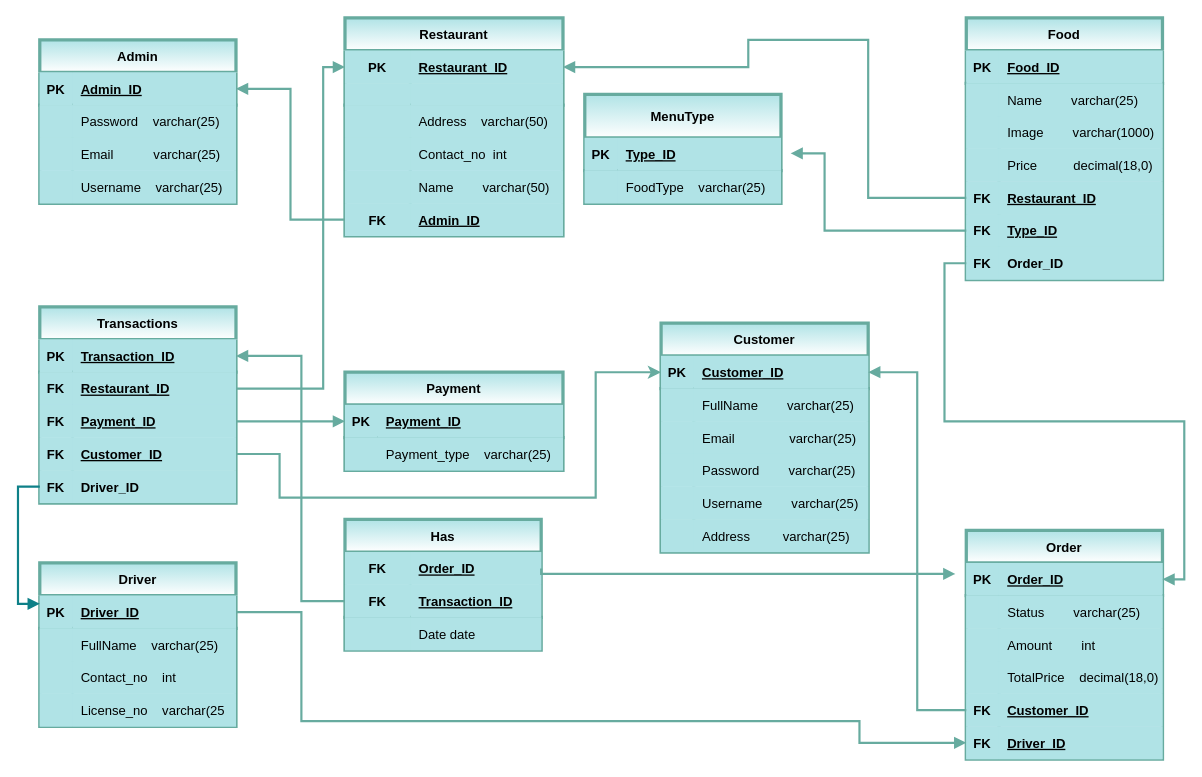
Earlier version of the draw.io diagram FoodDeli/src/ERD and RM/ProjectRM.drawio (HungQuan/PDMProject). Source tidied: cells renumbered, new cells numbered last; positions are measured from the earlier drawing's top-left corner, leaving out a move shared by most shapes. Both pictures are drawn from the tidied source at 109%, with x=0, y=0 at pixel (39, 17).
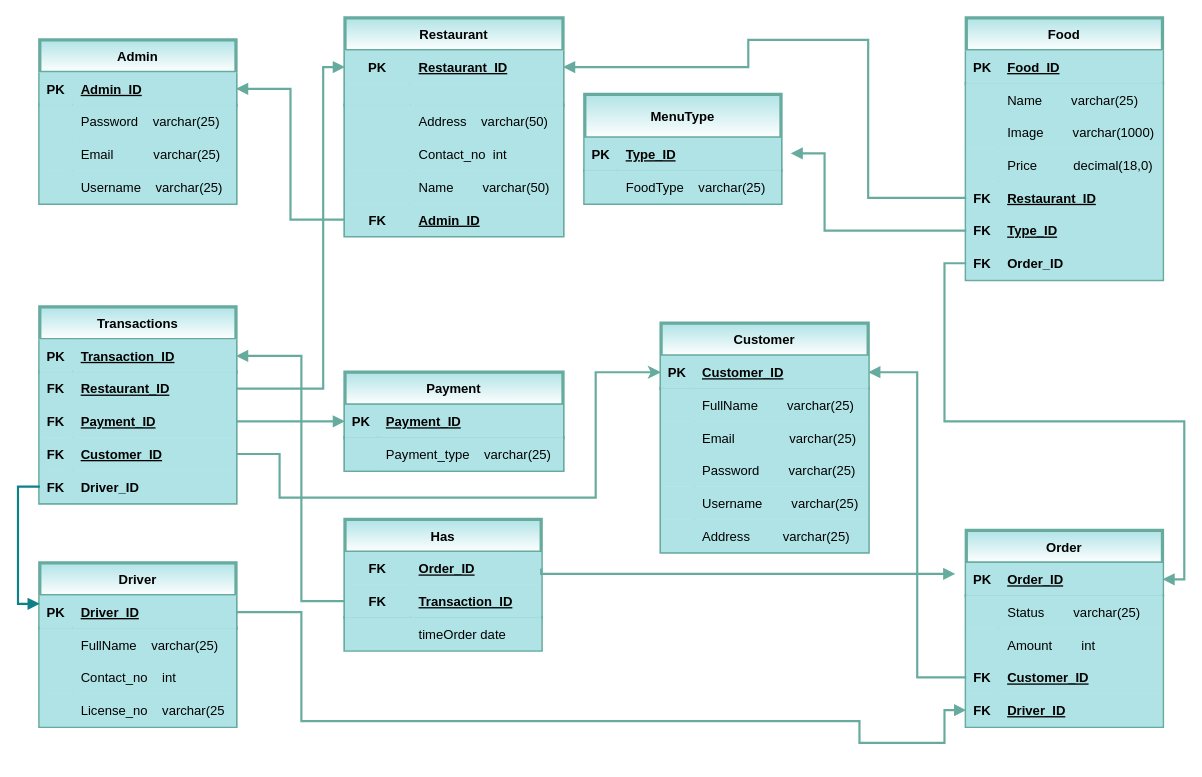
The same diagram, later.

Unchanged cells that the change refers to:
```xml
<mxCell id="43" style="shape=tableRow;horizontal=0;startSize=0;swimlaneHead=0;swimlaneBody=0;points=[[0,0.5],[1,0.5]];portConstraint=eastwest;top=0;left=0;right=0;bottom=1;fillColor=#b0e3e6;strokeColor=#67AB9F;strokeWidth=3;" parent="42" vertex="1">
  <mxGeometry y="30" width="180" height="30" as="geometry" />
</mxCell>
<mxCell id="62" style="shape=tableRow;horizontal=0;startSize=0;swimlaneHead=0;swimlaneBody=0;top=0;left=0;right=0;bottom=0;fillColor=#b0e3e6;strokeColor=#67AB9F;strokeWidth=3;" parent="55" vertex="1">
  <mxGeometry y="90" width="180" height="30" as="geometry" />
</mxCell>
```

Change to the diagram source:
```diff
@@
-    <mxCell id="64" value="Date date" style="shape=partialRectangle;top=0;left=0;bottom=0;right=0;align=left;spacingLeft=6;overflow=hidden;fillColor=#b0e3e6;strokeColor=#67AB9F;strokeWidth=3;" parent="62" vertex="1">
+    <mxCell id="64" value="timeOrder date" style="shape=partialRectangle;top=0;left=0;bottom=0;right=0;align=left;spacingLeft=6;overflow=hidden;fillColor=#b0e3e6;strokeColor=#67AB9F;strokeWidth=3;" parent="62" vertex="1">
       <mxGeometry x="60" width="120" height="30" as="geometry" />
     </mxCell>
@@
     <mxCell id="88" value="Order" style="shape=table;startSize=30;childLayout=tableLayout;rowLines=0;fontStyle=1;align=center;fillColor=#b0e3e6;strokeColor=#67AB9F;strokeWidth=3;gradientColor=#ffffff;" parent="1" vertex="1">
-      <mxGeometry x="850" y="470" width="180" height="210" as="geometry" />
+      <mxGeometry x="850" y="470" width="180" height="180" as="geometry" />
     </mxCell>
@@
-    <mxCell id="98" style="shape=tableRow;horizontal=0;startSize=0;swimlaneHead=0;swimlaneBody=0;top=0;left=0;right=0;bottom=0;fillColor=#b0e3e6;strokeColor=#67AB9F;strokeWidth=3;" parent="88" vertex="1">
-      <mxGeometry y="120" width="180" height="30" as="geometry" />
-    </mxCell>
-    <mxCell id="99" style="shape=partialRectangle;top=0;left=0;bottom=0;right=0;overflow=hidden;fillColor=#b0e3e6;strokeColor=#67AB9F;strokeWidth=3;" parent="98" vertex="1">
-      <mxGeometry width="30" height="30" as="geometry" />
-    </mxCell>
-    <mxCell id="100" value="TotalPrice    decimal(18,0)" style="shape=partialRectangle;top=0;left=0;bottom=0;right=0;align=left;spacingLeft=6;overflow=hidden;fillColor=#b0e3e6;strokeColor=#67AB9F;strokeWidth=3;" parent="98" vertex="1">
-      <mxGeometry x="30" width="150" height="30" as="geometry" />
-    </mxCell>
     <mxCell id="101" style="shape=tableRow;horizontal=0;startSize=0;swimlaneHead=0;swimlaneBody=0;points=[[0,0.5],[1,0.5]];portConstraint=eastwest;top=0;left=0;right=0;bottom=0;fillColor=#b0e3e6;strokeColor=#67AB9F;strokeWidth=3;" parent="88" vertex="1">
-      <mxGeometry y="150" width="180" height="30" as="geometry" />
+      <mxGeometry y="120" width="180" height="30" as="geometry" />
     </mxCell>
@@
     <mxCell id="104" style="shape=tableRow;horizontal=0;startSize=0;swimlaneHead=0;swimlaneBody=0;points=[[0,0.5],[1,0.5]];portConstraint=eastwest;top=0;left=0;right=0;bottom=0;fillColor=#b0e3e6;strokeColor=#67AB9F;strokeWidth=3;" parent="88" vertex="1">
-      <mxGeometry y="180" width="180" height="30" as="geometry" />
+      <mxGeometry y="150" width="180" height="30" as="geometry" />
     </mxCell>
@@
     <mxCell id="158" style="edgeStyle=orthogonalEdgeStyle;rounded=0;jettySize=auto;html=1;sketch=0;fillColor=#b0e3e6;strokeColor=#67AB9F;strokeWidth=2;endArrow=block;endFill=1;entryX=0;entryY=0.5;entryDx=0;entryDy=0;exitX=1;exitY=0.5;exitDx=0;exitDy=0;" parent="1" edge="1" source="43" target="104">
       <mxGeometry relative="1" as="geometry">
         <Array as="points">
           <mxPoint x="240" y="545" />
           <mxPoint x="240" y="645" />
           <mxPoint x="752" y="645" />
           <mxPoint x="752" y="665" />
+          <mxPoint x="830" y="665" />
+          <mxPoint x="830" y="635" />
         </Array>
       </mxGeometry>
     </mxCell>
```
